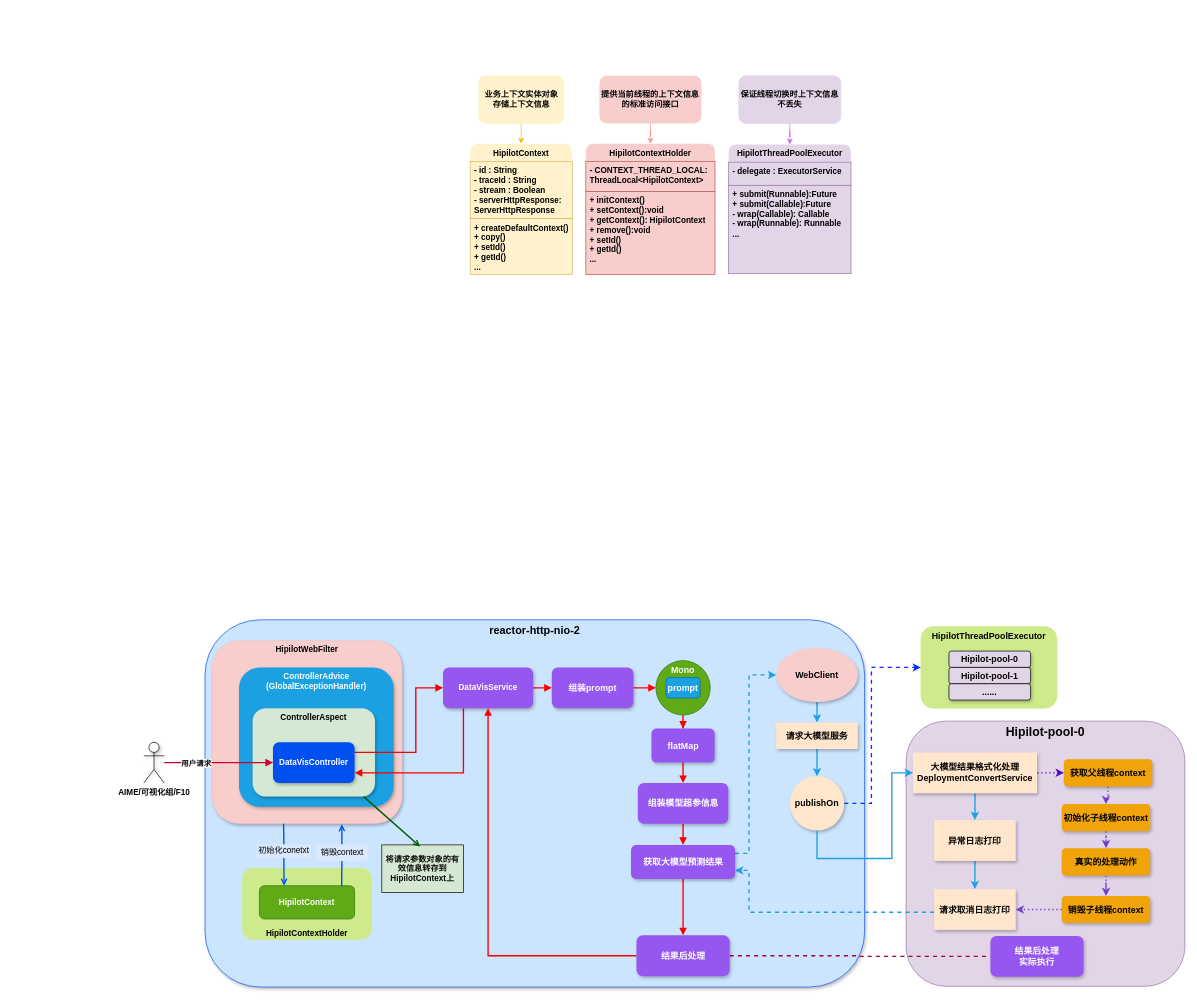
msb8080/my-diagrams keeps this draw.io diagram as aigc-hipilot设计.drawio. Above is the earlier version. Source tidied: cells renumbered, new cells numbered last; positions are measured from the earlier drawing's top-left corner, leaving out a move shared by most shapes. Both pictures are drawn from the tidied source at 68%, with x=0, y=0 at pixel (143, 75).
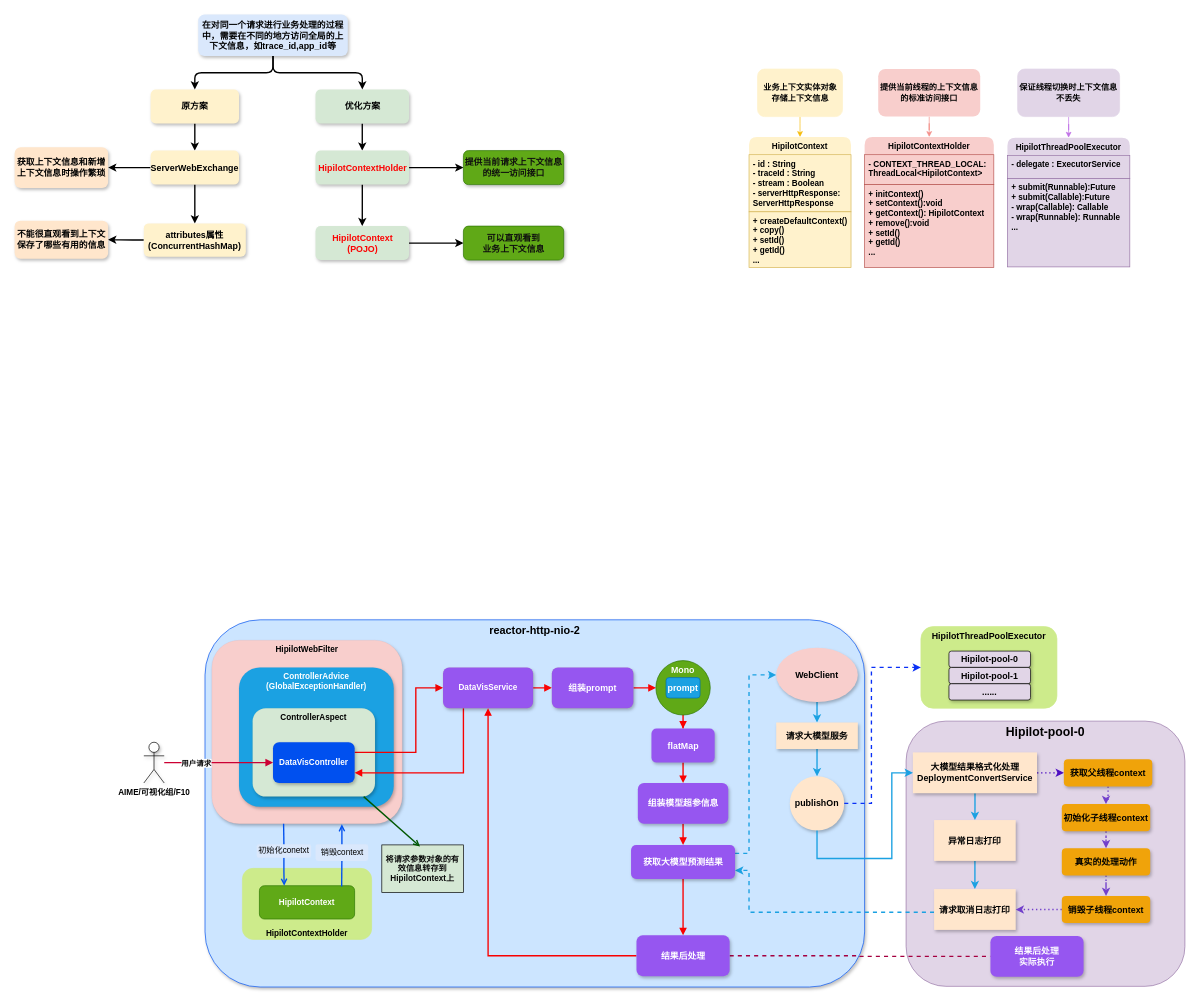
The same diagram, later.

The edit, as a diff of the source:
```diff
@@
     <mxCell id="4" value="HipilotContext" style="swimlane;fontStyle=1;align=center;verticalAlign=top;horizontal=1;startSize=26;whiteSpace=wrap;html=1;fillColor=#fff2cc;strokeColor=none;rounded=1;" parent="1" vertex="1">
-      <mxGeometry x="480" y="100" width="150" height="192" as="geometry" />
+      <mxGeometry x="890" y="90" width="150" height="192" as="geometry" />
     </mxCell>
@@
     <mxCell id="7" value="HipilotContextHolder" style="swimlane;fontStyle=1;align=center;verticalAlign=top;horizontal=1;startSize=26;whiteSpace=wrap;html=1;fillColor=#f8cecc;strokeColor=none;rounded=1;" parent="1" vertex="1">
-      <mxGeometry x="650" y="100" width="190" height="192" as="geometry" />
+      <mxGeometry x="1060" y="90" width="190" height="192" as="geometry" />
     </mxCell>
@@
     <mxCell id="10" value="HipilotThreadPoolExecutor" style="swimlane;fontStyle=1;align=center;verticalAlign=top;horizontal=1;startSize=26;whiteSpace=wrap;html=1;fillColor=#e1d5e7;strokeColor=none;rounded=1;swimlaneLine=1;" parent="1" vertex="1">
-      <mxGeometry x="860" y="101" width="180" height="190" as="geometry" />
+      <mxGeometry x="1270" y="91" width="180" height="190" as="geometry" />
     </mxCell>
@@
     <mxCell id="13" style="edgeStyle=orthogonalEdgeStyle;rounded=0;jettySize=auto;html=1;entryX=0.5;entryY=0;entryDx=0;entryDy=0;strokeColor=#f6bb09;fontStyle=1;" parent="1" edge="1" source="14" target="4">
       <mxGeometry relative="1" as="geometry">
         <Array as="points">
-          <mxPoint x="555" y="80" />
-          <mxPoint x="555" y="80" />
+          <mxPoint x="965" y="70" />
+          <mxPoint x="965" y="70" />
         </Array>
       </mxGeometry>
     </mxCell>
     <mxCell id="14" value="业务上下文实体对象&lt;br&gt;存储上下文信息" style="rounded=1;whiteSpace=wrap;html=1;fillColor=#fff2cc;strokeColor=#fff2cc;shadow=0;fontStyle=1;" parent="1" vertex="1">
-      <mxGeometry x="492.5" width="125" height="70" as="geometry" />
+      <mxGeometry x="902.5" y="-10" width="125" height="70" as="geometry" />
     </mxCell>
@@
     <mxCell id="16" value="提供当前线程的上下文信息的标准访问接口" style="rounded=1;whiteSpace=wrap;html=1;fillColor=#f8cecc;strokeColor=none;shadow=0;fontStyle=1;" parent="1" vertex="1">
-      <mxGeometry x="670" width="150" height="70" as="geometry" />
+      <mxGeometry x="1080" y="-10" width="150" height="70" as="geometry" />
     </mxCell>
@@
     <mxCell id="18" value="保证线程切换时上下文信息不丢失" style="rounded=1;whiteSpace=wrap;html=1;fillColor=#e1d5e7;strokeColor=#e1d5e7;shadow=0;fontStyle=1;" parent="1" vertex="1">
-      <mxGeometry x="875" width="150" height="70" as="geometry" />
+      <mxGeometry x="1285" y="-10" width="150" height="70" as="geometry" />
     </mxCell>
@@
+    <mxCell id="82" style="edgeStyle=orthogonalEdgeStyle;rounded=1;jettySize=auto;html=1;fontStyle=1;fontSize=13;fontColor=default;strokeWidth=2;curved=0;" parent="1" edge="1" source="83" target="86">
+      <mxGeometry relative="1" as="geometry" />
+    </mxCell>
+    <mxCell id="83" value="原方案" style="rounded=1;whiteSpace=wrap;html=1;fontStyle=1;fontSize=13;fillColor=#fff2cc;strokeColor=none;shadow=1;fontColor=default;" parent="1" vertex="1">
+      <mxGeometry x="10" y="20" width="130" height="50" as="geometry" />
+    </mxCell>
+    <mxCell id="84" style="edgeStyle=orthogonalEdgeStyle;rounded=1;jettySize=auto;html=1;entryX=0.5;entryY=0;entryDx=0;entryDy=0;fontStyle=1;fontSize=13;fontColor=default;strokeWidth=2;curved=0;" parent="1" edge="1" source="86" target="88">
+      <mxGeometry relative="1" as="geometry" />
+    </mxCell>
+    <mxCell id="85" style="edgeStyle=orthogonalEdgeStyle;rounded=1;jettySize=auto;html=1;fontStyle=1;fontSize=13;fontColor=default;strokeWidth=2;curved=0;" parent="1" edge="1" source="86" target="90">
+      <mxGeometry relative="1" as="geometry" />
+    </mxCell>
+    <mxCell id="86" value="ServerWebExchange" style="rounded=1;whiteSpace=wrap;html=1;fontStyle=1;fontSize=13;fillColor=#fff2cc;strokeColor=none;shadow=1;fontColor=default;" parent="1" vertex="1">
+      <mxGeometry x="10" y="110" width="130" height="50" as="geometry" />
+    </mxCell>
+    <mxCell id="87" style="edgeStyle=orthogonalEdgeStyle;rounded=1;jettySize=auto;html=1;entryX=1;entryY=0.5;entryDx=0;entryDy=0;fontStyle=1;fontSize=13;fontColor=default;strokeWidth=2;curved=0;" parent="1" edge="1" source="88" target="89">
+      <mxGeometry relative="1" as="geometry" />
+    </mxCell>
+    <mxCell id="88" value="attributes属性&lt;br style=&quot;font-size: 13px;&quot;&gt;(ConcurrentHashMap)" style="rounded=1;whiteSpace=wrap;html=1;fontStyle=1;fontSize=13;fillColor=#fff2cc;strokeColor=none;shadow=1;fontColor=default;" parent="1" vertex="1">
+      <mxGeometry y="217" width="150" height="49" as="geometry" />
+    </mxCell>
+    <mxCell id="89" value="不能很直观看到上下文保存了哪些有用的信息" style="rounded=1;whiteSpace=wrap;html=1;fontStyle=1;fontSize=13;fillColor=#ffe6cc;strokeColor=none;shadow=1;fontColor=default;" parent="1" vertex="1">
+      <mxGeometry x="-190" y="213" width="137.5" height="56" as="geometry" />
+    </mxCell>
+    <mxCell id="90" value="获取上下文信息和新增&lt;br style=&quot;font-size: 13px;&quot;&gt;上下文信息时操作繁琐" style="rounded=1;whiteSpace=wrap;html=1;fontStyle=1;fontSize=13;fillColor=#ffe6cc;strokeColor=none;shadow=1;fontColor=default;" parent="1" vertex="1">
+      <mxGeometry x="-190" y="105" width="137.5" height="60" as="geometry" />
+    </mxCell>
+    <mxCell id="91" style="edgeStyle=orthogonalEdgeStyle;rounded=1;jettySize=auto;html=1;fontStyle=1;fontSize=13;fontColor=default;strokeWidth=2;curved=0;" parent="1" edge="1" source="92" target="95">
+      <mxGeometry relative="1" as="geometry" />
+    </mxCell>
+    <mxCell id="92" value="优化方案" style="rounded=1;whiteSpace=wrap;html=1;fontStyle=1;fontSize=13;fillColor=#d5e8d4;strokeColor=none;shadow=1;fontColor=default;" parent="1" vertex="1">
+      <mxGeometry x="252.5" y="20" width="137.5" height="50" as="geometry" />
+    </mxCell>
+    <mxCell id="93" style="edgeStyle=orthogonalEdgeStyle;rounded=1;jettySize=auto;html=1;entryX=0.5;entryY=0;entryDx=0;entryDy=0;fontStyle=1;fontSize=13;fontColor=default;strokeWidth=2;curved=0;" parent="1" edge="1" source="95" target="97">
+      <mxGeometry relative="1" as="geometry" />
+    </mxCell>
+    <mxCell id="94" style="edgeStyle=orthogonalEdgeStyle;rounded=1;jettySize=auto;html=1;fontStyle=1;fontSize=13;fontColor=default;strokeWidth=2;curved=0;" parent="1" edge="1" source="95" target="98">
+      <mxGeometry relative="1" as="geometry" />
+    </mxCell>
+    <mxCell id="95" value="HipilotContextHolder" style="rounded=1;whiteSpace=wrap;html=1;fontStyle=1;fontSize=13;fillColor=#d5e8d4;strokeColor=none;shadow=1;fontColor=#fc0303;" parent="1" vertex="1">
+      <mxGeometry x="252.5" y="110" width="137.5" height="50" as="geometry" />
+    </mxCell>
+    <mxCell id="96" style="edgeStyle=orthogonalEdgeStyle;rounded=1;jettySize=auto;html=1;entryX=0;entryY=0.5;entryDx=0;entryDy=0;fontStyle=1;fontSize=13;fontColor=default;strokeWidth=2;curved=0;" parent="1" edge="1" source="97" target="99">
+      <mxGeometry relative="1" as="geometry" />
+    </mxCell>
+    <mxCell id="97" value="HipilotContext&lt;br style=&quot;font-size: 13px;&quot;&gt;(POJO)" style="rounded=1;whiteSpace=wrap;html=1;fontStyle=1;fontSize=13;fillColor=#d5e8d4;strokeColor=none;shadow=1;fontColor=#fc0303;" parent="1" vertex="1">
+      <mxGeometry x="252.5" y="221" width="137.5" height="50" as="geometry" />
+    </mxCell>
+    <mxCell id="98" value="提供当前请求上下文信息的统一访问接口" style="rounded=1;whiteSpace=wrap;html=1;fontStyle=1;fontSize=13;fillColor=#60a917;fontColor=#0f0f0f;strokeColor=#2D7600;shadow=1;" parent="1" vertex="1">
+      <mxGeometry x="470" y="110" width="147.5" height="50" as="geometry" />
+    </mxCell>
+    <mxCell id="99" value="可以直观看到&lt;br style=&quot;font-size: 13px;&quot;&gt;业务上下文信息" style="rounded=1;whiteSpace=wrap;html=1;fontStyle=1;fontSize=13;fillColor=#60a917;fontColor=#0f0f0f;strokeColor=#2D7600;shadow=1;" parent="1" vertex="1">
+      <mxGeometry x="470" y="221" width="147.5" height="50" as="geometry" />
+    </mxCell>
+    <mxCell id="100" style="edgeStyle=orthogonalEdgeStyle;rounded=1;jettySize=auto;html=1;entryX=0.5;entryY=0;entryDx=0;entryDy=0;fontStyle=1;fontSize=13;fontColor=default;strokeWidth=2;curved=0;" parent="1" edge="1" source="102" target="83">
+      <mxGeometry relative="1" as="geometry" />
+    </mxCell>
+    <mxCell id="101" style="edgeStyle=orthogonalEdgeStyle;rounded=1;jettySize=auto;html=1;fontStyle=1;fontSize=13;fontColor=default;strokeWidth=2;curved=0;" parent="1" edge="1" source="102" target="92">
+      <mxGeometry relative="1" as="geometry" />
+    </mxCell>
+    <mxCell id="102" value="在对同一个请求进行业务处理的过程中，需要在不同的地方访问全局的上下文信息，如trace_id,app_id等" style="rounded=1;whiteSpace=wrap;html=1;fontStyle=1;fontSize=13;fillColor=#dae8fc;strokeColor=none;shadow=1;fontColor=default;" parent="1" vertex="1">
+      <mxGeometry x="80" y="-90" width="220" height="61" as="geometry" />
+    </mxCell>
```
